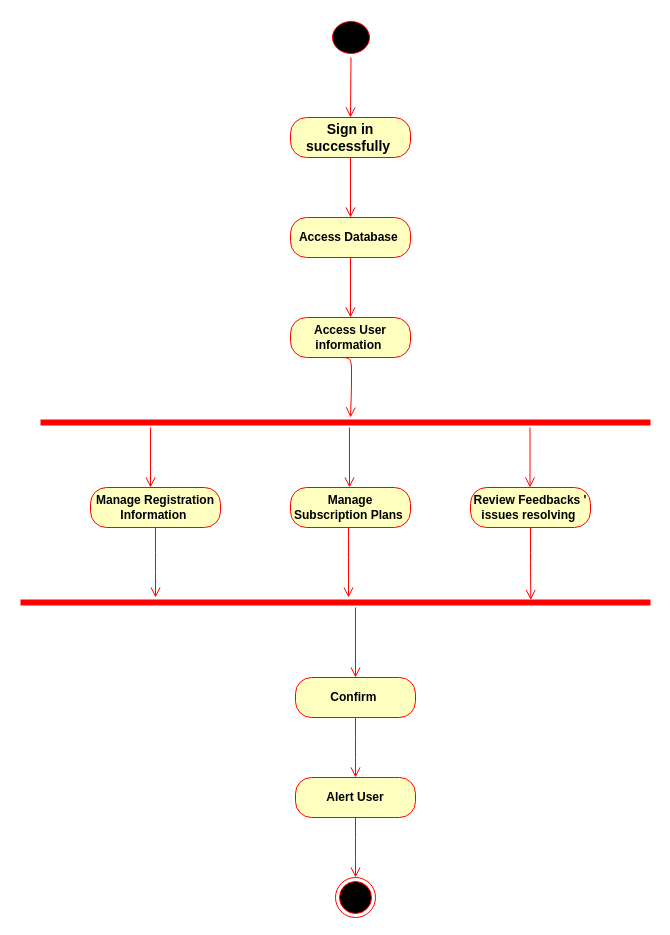
Above: Tasks/Reham/Activity Diagram/8 Manage user account.drawio in romanyn36/Catch-The-AI (draw.io), before the change. Source tidied: cells renumbered, new cells numbered last; positions are measured from the earlier drawing's top-left corner, leaving out a move shared by most shapes. Both pictures are drawn from the tidied source at 100%, with x=0, y=0 at pixel (20, 17).
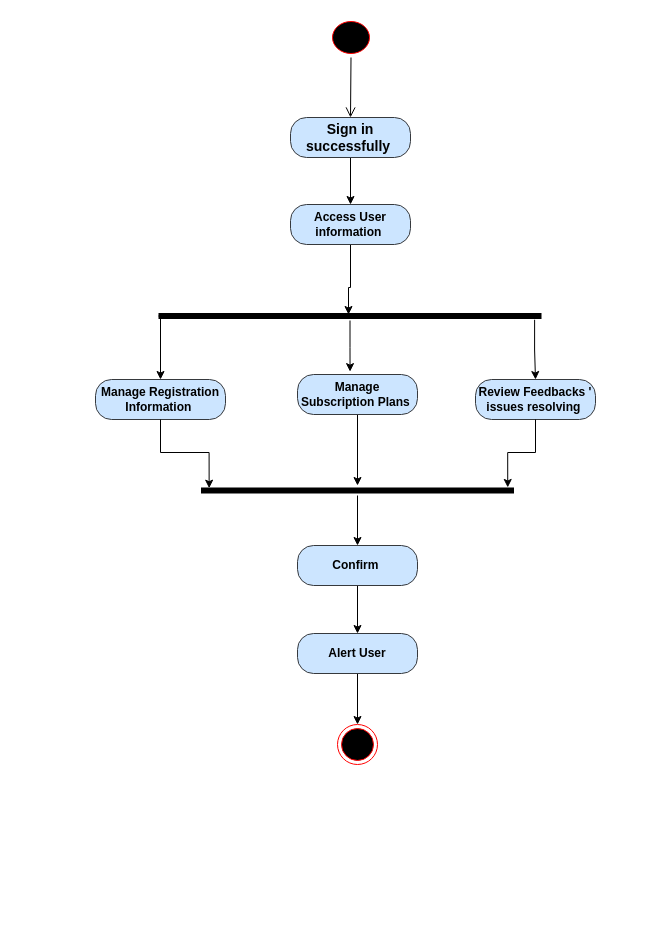
After the change.

The change refers to these unchanged cells:
```xml
<mxCell id="2" style="ellipse;html=1;shape=startState;fillColor=#000000;strokeColor=#ff0000;" parent="1" vertex="1">
  <mxGeometry x="308" width="45" height="40" as="geometry" />
</mxCell>
```

The edit, as a diff of the source:
```diff
@@
-    <mxCell id="3" style="edgeStyle=orthogonalEdgeStyle;html=1;verticalAlign=bottom;endArrow=open;endSize=8;strokeColor=#ff0000;exitX=0.5;exitY=1;exitDx=0;exitDy=0;" parent="1" edge="1" source="2">
+    <mxCell id="3" style="edgeStyle=orthogonalEdgeStyle;html=1;verticalAlign=bottom;endArrow=open;endSize=8;strokeColor=#000000;exitX=0.5;exitY=1;exitDx=0;exitDy=0;" parent="1" edge="1" source="2">
       <mxGeometry relative="1" as="geometry">
         <mxPoint x="330" y="100" as="targetPoint" />
       </mxGeometry>
     </mxCell>
+    <mxCell id="27" style="edgeStyle=orthogonalEdgeStyle;rounded=0;jettySize=auto;html=1;" parent="1" edge="1" source="4" target="7">
+      <mxGeometry relative="1" as="geometry" />
+    </mxCell>
-    <mxCell id="4" value="&lt;b&gt;&lt;font style=&quot;font-size: 14px&quot;&gt;Sign in successfully&amp;nbsp;&lt;/font&gt;&lt;/b&gt;" style="rounded=1;whiteSpace=wrap;html=1;arcSize=40;fontColor=#000000;fillColor=#ffffc0;strokeColor=#ff0000;" parent="1" vertex="1">
+    <mxCell id="4" value="&lt;b&gt;&lt;font style=&quot;font-size: 14px&quot;&gt;Sign in successfully&amp;nbsp;&lt;/font&gt;&lt;/b&gt;" style="rounded=1;whiteSpace=wrap;html=1;arcSize=40;fillColor=#cce5ff;strokeColor=#36393d;" parent="1" vertex="1">
       <mxGeometry x="270" y="100" width="120" height="40" as="geometry" />
     </mxCell>
-    <mxCell id="5" value="&lt;b&gt;Access Database&amp;nbsp;&lt;/b&gt;" style="rounded=1;whiteSpace=wrap;html=1;arcSize=40;fontColor=#000000;fillColor=#ffffc0;strokeColor=#ff0000;" parent="1" vertex="1">
-      <mxGeometry x="270" y="200" width="120" height="40" as="geometry" />
-    </mxCell>
-    <mxCell id="6" style="edgeStyle=orthogonalEdgeStyle;html=1;verticalAlign=bottom;endArrow=open;endSize=8;strokeColor=#ff0000;exitX=0.5;exitY=1;exitDx=0;exitDy=0;entryX=0.5;entryY=0;entryDx=0;entryDy=0;" parent="1" edge="1" source="4" target="5">
-      <mxGeometry relative="1" as="geometry" />
-    </mxCell>
+    <mxCell id="28" style="edgeStyle=orthogonalEdgeStyle;rounded=0;jettySize=auto;html=1;" parent="1" edge="1" source="7">
+      <mxGeometry relative="1" as="geometry">
+        <mxPoint x="328" y="297" as="targetPoint" />
+        <Array as="points">
+          <mxPoint x="330" y="270" />
+          <mxPoint x="328" y="270" />
+        </Array>
+      </mxGeometry>
+    </mxCell>
-    <mxCell id="7" value="&lt;b&gt;Access User information&amp;nbsp;&lt;/b&gt;" style="rounded=1;whiteSpace=wrap;html=1;arcSize=40;fontColor=#000000;fillColor=#ffffc0;strokeColor=#ff0000;" parent="1" vertex="1">
-      <mxGeometry x="270" y="300" width="120" height="40" as="geometry" />
+    <mxCell id="7" value="&lt;b&gt;Access User information&amp;nbsp;&lt;/b&gt;" style="rounded=1;whiteSpace=wrap;html=1;arcSize=40;fillColor=#cce5ff;strokeColor=#36393d;" parent="1" vertex="1">
+      <mxGeometry x="270" y="187" width="120" height="40" as="geometry" />
     </mxCell>
-    <mxCell id="8" style="edgeStyle=orthogonalEdgeStyle;html=1;verticalAlign=bottom;endArrow=open;endSize=8;strokeColor=#ff0000;exitX=0.5;exitY=1;exitDx=0;exitDy=0;" parent="1" edge="1">
-      <mxGeometry relative="1" as="geometry">
-        <mxPoint x="320" y="340" as="sourcePoint" />
-        <mxPoint x="330" y="400" as="targetPoint" />
-      </mxGeometry>
-    </mxCell>
-    <mxCell id="9" style="edgeStyle=orthogonalEdgeStyle;html=1;verticalAlign=bottom;endArrow=open;endSize=8;strokeColor=#ff0000;exitX=0.5;exitY=1;exitDx=0;exitDy=0;entryX=0.5;entryY=0;entryDx=0;entryDy=0;" parent="1" edge="1" source="5" target="7">
-      <mxGeometry relative="1" as="geometry" />
-    </mxCell>
+    <mxCell id="29" style="edgeStyle=orthogonalEdgeStyle;rounded=0;jettySize=auto;html=1;exitX=0.982;exitY=0.918;exitDx=0;exitDy=0;exitPerimeter=0;" parent="1" edge="1" source="10" target="17">
+      <mxGeometry relative="1" as="geometry" />
+    </mxCell>
+    <mxCell id="30" style="edgeStyle=orthogonalEdgeStyle;rounded=0;jettySize=auto;html=1;exitX=0;exitY=0.5;exitDx=0;exitDy=0;exitPerimeter=0;" parent="1" edge="1" source="10" target="11">
+      <mxGeometry relative="1" as="geometry">
+        <Array as="points">
+          <mxPoint x="140" y="298" />
+        </Array>
+      </mxGeometry>
+    </mxCell>
-    <mxCell id="10" style="shape=line;html=1;strokeWidth=6;strokeColor=#ff0000;" parent="1" vertex="1">
-      <mxGeometry x="20" y="400" width="610" height="10" as="geometry" />
+    <mxCell id="10" style="shape=line;html=1;strokeWidth=6;strokeColor=#000000;" parent="1" vertex="1">
+      <mxGeometry x="138" y="294" width="383" height="9" as="geometry" />
     </mxCell>
-    <mxCell id="11" value="&lt;b&gt;Manage Registration Information&amp;nbsp;&lt;/b&gt;" style="rounded=1;whiteSpace=wrap;html=1;arcSize=40;fontColor=#000000;fillColor=#ffffc0;strokeColor=#ff0000;" parent="1" vertex="1">
-      <mxGeometry x="70" y="470" width="130" height="40" as="geometry" />
+    <mxCell id="11" value="&lt;b&gt;Manage Registration Information&amp;nbsp;&lt;/b&gt;" style="rounded=1;whiteSpace=wrap;html=1;arcSize=40;fillColor=#cce5ff;strokeColor=#36393d;" parent="1" vertex="1">
+      <mxGeometry x="75" y="362" width="130" height="40" as="geometry" />
     </mxCell>
-    <mxCell id="12" style="edgeStyle=orthogonalEdgeStyle;html=1;verticalAlign=bottom;endArrow=open;endSize=8;strokeColor=#ff0000;" parent="1" edge="1" source="11">
-      <mxGeometry relative="1" as="geometry">
-        <mxPoint x="135" y="580" as="targetPoint" />
-      </mxGeometry>
-    </mxCell>
-    <mxCell id="13" style="edgeStyle=orthogonalEdgeStyle;html=1;verticalAlign=bottom;endArrow=open;endSize=8;strokeColor=#ff0000;" parent="1" edge="1">
-      <mxGeometry relative="1" as="geometry">
-        <mxPoint x="130" y="410" as="sourcePoint" />
-        <mxPoint x="130" y="470" as="targetPoint" />
-      </mxGeometry>
-    </mxCell>
+    <mxCell id="31" style="edgeStyle=orthogonalEdgeStyle;rounded=0;jettySize=auto;html=1;" parent="1" edge="1" source="14" target="20">
+      <mxGeometry relative="1" as="geometry" />
+    </mxCell>
-    <mxCell id="14" value="&lt;b&gt;Manage Subscription Plans&amp;nbsp;&lt;/b&gt;" style="rounded=1;whiteSpace=wrap;html=1;arcSize=40;fontColor=#000000;fillColor=#ffffc0;strokeColor=#ff0000;" parent="1" vertex="1">
-      <mxGeometry x="270" y="470" width="120" height="40" as="geometry" />
+    <mxCell id="14" value="&lt;b&gt;Manage Subscription Plans&amp;nbsp;&lt;/b&gt;" style="rounded=1;whiteSpace=wrap;html=1;arcSize=40;fillColor=#cce5ff;strokeColor=#36393d;" parent="1" vertex="1">
+      <mxGeometry x="277" y="357" width="120" height="40" as="geometry" />
     </mxCell>
-    <mxCell id="15" style="edgeStyle=orthogonalEdgeStyle;html=1;verticalAlign=bottom;endArrow=open;endSize=8;strokeColor=#ff0000;" parent="1" edge="1" source="14">
-      <mxGeometry relative="1" as="geometry">
-        <mxPoint x="328" y="580" as="targetPoint" />
-        <Array as="points">
-          <mxPoint x="328" y="530" />
-          <mxPoint x="328" y="530" />
-        </Array>
-      </mxGeometry>
-    </mxCell>
-    <mxCell id="16" style="edgeStyle=orthogonalEdgeStyle;html=1;verticalAlign=bottom;endArrow=open;endSize=8;strokeColor=#ff0000;" parent="1" edge="1">
-      <mxGeometry relative="1" as="geometry">
-        <mxPoint x="329" y="410" as="sourcePoint" />
-        <mxPoint x="329" y="470" as="targetPoint" />
-      </mxGeometry>
-    </mxCell>
-    <mxCell id="17" value="&lt;b&gt;Review Feedbacks ' issues resolving&amp;nbsp;&lt;/b&gt;" style="rounded=1;whiteSpace=wrap;html=1;arcSize=40;fontColor=#000000;fillColor=#ffffc0;strokeColor=#ff0000;" parent="1" vertex="1">
-      <mxGeometry x="450" y="470" width="120" height="40" as="geometry" />
+    <mxCell id="17" value="&lt;b&gt;Review Feedbacks ' issues resolving&amp;nbsp;&lt;/b&gt;" style="rounded=1;whiteSpace=wrap;html=1;arcSize=40;fillColor=#cce5ff;strokeColor=#36393d;" parent="1" vertex="1">
+      <mxGeometry x="455" y="362" width="120" height="40" as="geometry" />
     </mxCell>
+    <mxCell id="32" style="edgeStyle=orthogonalEdgeStyle;rounded=0;jettySize=auto;html=1;" parent="1" edge="1" source="20" target="22">
+      <mxGeometry relative="1" as="geometry" />
+    </mxCell>
+    <mxCell id="20" style="shape=line;html=1;strokeWidth=6;strokeColor=#000000;fillColor=#000000;" parent="1" vertex="1">
+      <mxGeometry x="180.5" y="468" width="313" height="10" as="geometry" />
+    </mxCell>
+    <mxCell id="33" style="edgeStyle=orthogonalEdgeStyle;rounded=0;jettySize=auto;html=1;" parent="1" edge="1" source="22" target="24">
+      <mxGeometry relative="1" as="geometry" />
+    </mxCell>
+    <mxCell id="22" value="&lt;b&gt;Confirm&lt;/b&gt;&amp;nbsp;" style="rounded=1;whiteSpace=wrap;html=1;arcSize=40;fillColor=#cce5ff;strokeColor=#36393d;" parent="1" vertex="1">
+      <mxGeometry x="277" y="528" width="120" height="40" as="geometry" />
+    </mxCell>
+    <mxCell id="34" style="edgeStyle=orthogonalEdgeStyle;rounded=0;jettySize=auto;html=1;" parent="1" edge="1" source="24" target="26">
+      <mxGeometry relative="1" as="geometry" />
+    </mxCell>
+    <mxCell id="24" value="&lt;b&gt;Alert User&lt;/b&gt;" style="rounded=1;whiteSpace=wrap;html=1;arcSize=40;fillColor=#cce5ff;strokeColor=#36393d;" parent="1" vertex="1">
+      <mxGeometry x="277" y="616" width="120" height="40" as="geometry" />
+    </mxCell>
+    <mxCell id="26" style="ellipse;html=1;shape=endState;fillColor=#000000;strokeColor=#ff0000;" parent="1" vertex="1">
+      <mxGeometry x="317" y="707" width="40" height="40" as="geometry" />
+    </mxCell>
+    <mxCell id="35" style="edgeStyle=orthogonalEdgeStyle;rounded=0;jettySize=auto;html=1;entryX=0.438;entryY=-0.072;entryDx=0;entryDy=0;entryPerimeter=0;" parent="1" edge="1" source="10" target="14">
+      <mxGeometry relative="1" as="geometry" />
+    </mxCell>
+    <mxCell id="36" style="edgeStyle=orthogonalEdgeStyle;rounded=0;jettySize=auto;html=1;entryX=0.026;entryY=0.268;entryDx=0;entryDy=0;entryPerimeter=0;" parent="1" edge="1" source="11" target="20">
+      <mxGeometry relative="1" as="geometry" />
+    </mxCell>
-    <mxCell id="18" style="edgeStyle=orthogonalEdgeStyle;html=1;verticalAlign=bottom;endArrow=open;endSize=8;strokeColor=#ff0000;entryX=0.81;entryY=0.255;entryDx=0;entryDy=0;entryPerimeter=0;" parent="1" edge="1" source="17" target="20">
+    <mxCell id="18" style="edgeStyle=orthogonalEdgeStyle;rounded=0;jettySize=auto;html=1;entryX=0.98;entryY=0.196;entryDx=0;entryDy=0;entryPerimeter=0;" parent="1" edge="1" source="17" target="20">
       <mxGeometry relative="1" as="geometry" />
     </mxCell>
-    <mxCell id="19" style="edgeStyle=orthogonalEdgeStyle;html=1;verticalAlign=bottom;endArrow=open;endSize=8;strokeColor=#ff0000;" parent="1" edge="1">
-      <mxGeometry relative="1" as="geometry">
-        <mxPoint x="509.5" y="410" as="sourcePoint" />
-        <mxPoint x="509.5" y="470" as="targetPoint" />
-      </mxGeometry>
-    </mxCell>
-    <mxCell id="20" style="shape=line;html=1;strokeWidth=6;strokeColor=#ff0000;" parent="1" vertex="1">
-      <mxGeometry y="580" width="630" height="10" as="geometry" />
-    </mxCell>
-    <mxCell id="21" style="edgeStyle=orthogonalEdgeStyle;html=1;verticalAlign=bottom;endArrow=open;endSize=8;strokeColor=#ff0000;entryX=0.5;entryY=0;entryDx=0;entryDy=0;" parent="1" edge="1">
-      <mxGeometry relative="1" as="geometry">
-        <mxPoint x="335" y="590" as="sourcePoint" />
-        <mxPoint x="335" y="660" as="targetPoint" />
-      </mxGeometry>
-    </mxCell>
-    <mxCell id="22" value="&lt;b&gt;Confirm&lt;/b&gt;&amp;nbsp;" style="rounded=1;whiteSpace=wrap;html=1;arcSize=40;fontColor=#000000;fillColor=#ffffc0;strokeColor=#ff0000;" parent="1" vertex="1">
-      <mxGeometry x="275" y="660" width="120" height="40" as="geometry" />
-    </mxCell>
-    <mxCell id="23" style="edgeStyle=orthogonalEdgeStyle;html=1;verticalAlign=bottom;endArrow=open;endSize=8;strokeColor=#ff0000;" parent="1" edge="1" source="22">
-      <mxGeometry relative="1" as="geometry">
-        <mxPoint x="335" y="760" as="targetPoint" />
-      </mxGeometry>
-    </mxCell>
-    <mxCell id="24" value="&lt;b&gt;Alert User&lt;/b&gt;" style="rounded=1;whiteSpace=wrap;html=1;arcSize=40;fontColor=#000000;fillColor=#ffffc0;strokeColor=#ff0000;" parent="1" vertex="1">
-      <mxGeometry x="275" y="760" width="120" height="40" as="geometry" />
-    </mxCell>
-    <mxCell id="25" style="edgeStyle=orthogonalEdgeStyle;html=1;verticalAlign=bottom;endArrow=open;endSize=8;strokeColor=#ff0000;" parent="1" edge="1" source="24">
-      <mxGeometry relative="1" as="geometry">
-        <mxPoint x="335" y="860" as="targetPoint" />
-      </mxGeometry>
-    </mxCell>
-    <mxCell id="26" style="ellipse;html=1;shape=endState;fillColor=#000000;strokeColor=#ff0000;" parent="1" vertex="1">
-      <mxGeometry x="315" y="860" width="40" height="40" as="geometry" />
-    </mxCell>
```
